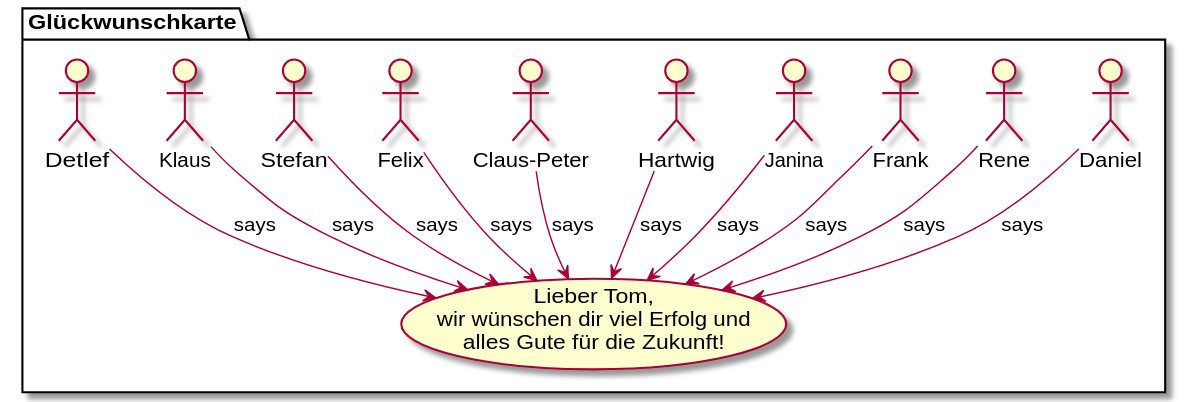
The PlantUML diagram rendered/greetings.svg in dkliem/alles-gute-tom, before a commit.
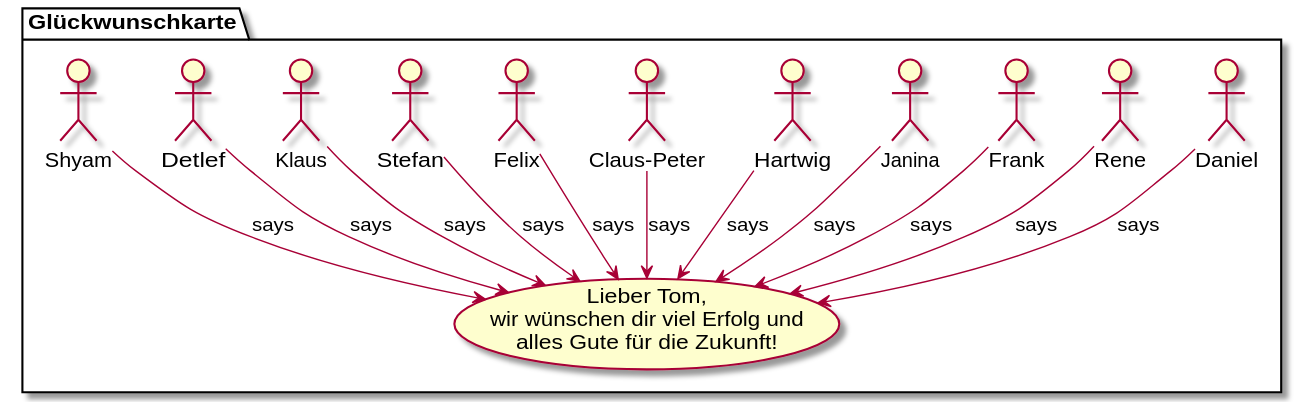
Later version of the same file.

Change to the diagram source:
```diff
@@ -16,6 +16,6 @@
     :Stefan: --> goodbye: says
     :Klaus: --> goodbye: says
     :Detlef: --> goodbye: says
-
+    :Shyam: --> goodbye: says
 }
 @enduml
```
